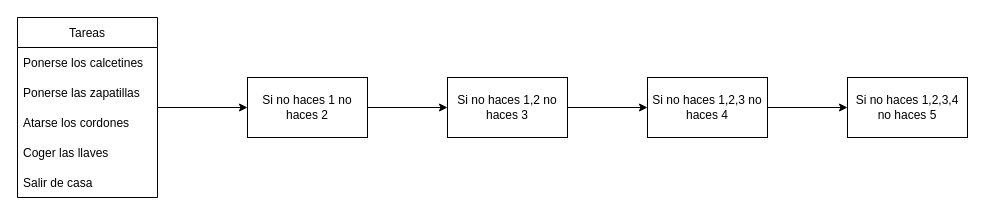
Before: Ejercicio 5.drawio in crltsnch/Ordenar, a draw.io diagram. Source tidied: cells renumbered, new cells numbered last; positions are measured from the earlier drawing's top-left corner, leaving out a move shared by most shapes. Both pictures are drawn from the tidied source at 100%, with x=0, y=0 at pixel (17, 17).
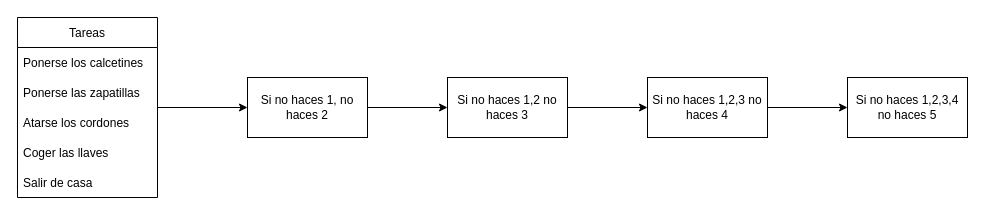
Above is the later version.

Change to the diagram source:
```diff
@@
 <mxGraphModel>
   <root>
     <mxCell id="0" />
     <mxCell id="1" parent="0" />
     <mxCell id="2" style="edgeStyle=none;html=1;" parent="1" edge="1" source="3" target="10">
       <mxGeometry relative="1" as="geometry" />
     </mxCell>
     <mxCell id="3" value="Tareas" style="swimlane;fontStyle=0;horizontal=1;startSize=30;" parent="1" vertex="1">
       <mxGeometry width="140" height="180" as="geometry" />
     </mxCell>
     <mxCell id="4" value="Ponerse los calcetines" style="text;strokeColor=none;fillColor=none;align=left;verticalAlign=middle;spacingLeft=4;spacingRight=4;overflow=hidden;" parent="3" vertex="1">
       <mxGeometry y="30" width="140" height="30" as="geometry" />
     </mxCell>
     <mxCell id="5" value="Ponerse las zapatillas" style="text;strokeColor=none;fillColor=none;align=left;verticalAlign=middle;spacingLeft=4;spacingRight=4;overflow=hidden;" parent="3" vertex="1">
       <mxGeometry y="60" width="140" height="30" as="geometry" />
     </mxCell>
     <mxCell id="6" value="Atarse los cordones" style="text;strokeColor=none;fillColor=none;align=left;verticalAlign=middle;spacingLeft=4;spacingRight=4;overflow=hidden;" parent="3" vertex="1">
       <mxGeometry y="90" width="140" height="30" as="geometry" />
     </mxCell>
     <mxCell id="7" value="Coger las llaves" style="text;strokeColor=none;fillColor=none;align=left;verticalAlign=middle;spacingLeft=4;spacingRight=4;overflow=hidden;" parent="3" vertex="1">
       <mxGeometry y="120" width="140" height="30" as="geometry" />
     </mxCell>
     <mxCell id="8" value="Salir de casa" style="text;strokeColor=none;fillColor=none;align=left;verticalAlign=middle;spacingLeft=4;spacingRight=4;overflow=hidden;" parent="3" vertex="1">
       <mxGeometry y="150" width="140" height="30" as="geometry" />
     </mxCell>
     <mxCell id="9" style="edgeStyle=none;html=1;" parent="1" edge="1" source="10" target="12">
       <mxGeometry relative="1" as="geometry" />
     </mxCell>
-    <mxCell id="10" value="Si no haces 1 no haces 2" style="whiteSpace=wrap;html=1;fontStyle=0;startSize=30;" parent="1" vertex="1">
+    <mxCell id="10" value="Si no haces 1, no haces 2" style="whiteSpace=wrap;html=1;fontStyle=0;startSize=30;" parent="1" vertex="1">
       <mxGeometry x="230" y="60" width="120" height="60" as="geometry" />
     </mxCell>
     <mxCell id="11" style="edgeStyle=none;html=1;" parent="1" edge="1" source="12" target="14">
       <mxGeometry relative="1" as="geometry" />
     </mxCell>
     <mxCell id="12" value="Si no haces 1,2 no haces 3" style="whiteSpace=wrap;html=1;fontStyle=0;startSize=30;" parent="1" vertex="1">
       <mxGeometry x="430" y="60" width="120" height="60" as="geometry" />
     </mxCell>
     <mxCell id="13" style="edgeStyle=none;html=1;" parent="1" edge="1" source="14" target="15">
       <mxGeometry relative="1" as="geometry" />
     </mxCell>
     <mxCell id="14" value="Si no haces 1,2,3 no haces 4" style="whiteSpace=wrap;html=1;fontStyle=0;startSize=30;" parent="1" vertex="1">
       <mxGeometry x="630" y="60" width="120" height="60" as="geometry" />
     </mxCell>
     <mxCell id="15" value="Si no haces 1,2,3,4 no haces 5" style="whiteSpace=wrap;html=1;fontStyle=0;startSize=30;" parent="1" vertex="1">
       <mxGeometry x="830" y="60" width="120" height="60" as="geometry" />
     </mxCell>
   </root>
 </mxGraphModel>
```
